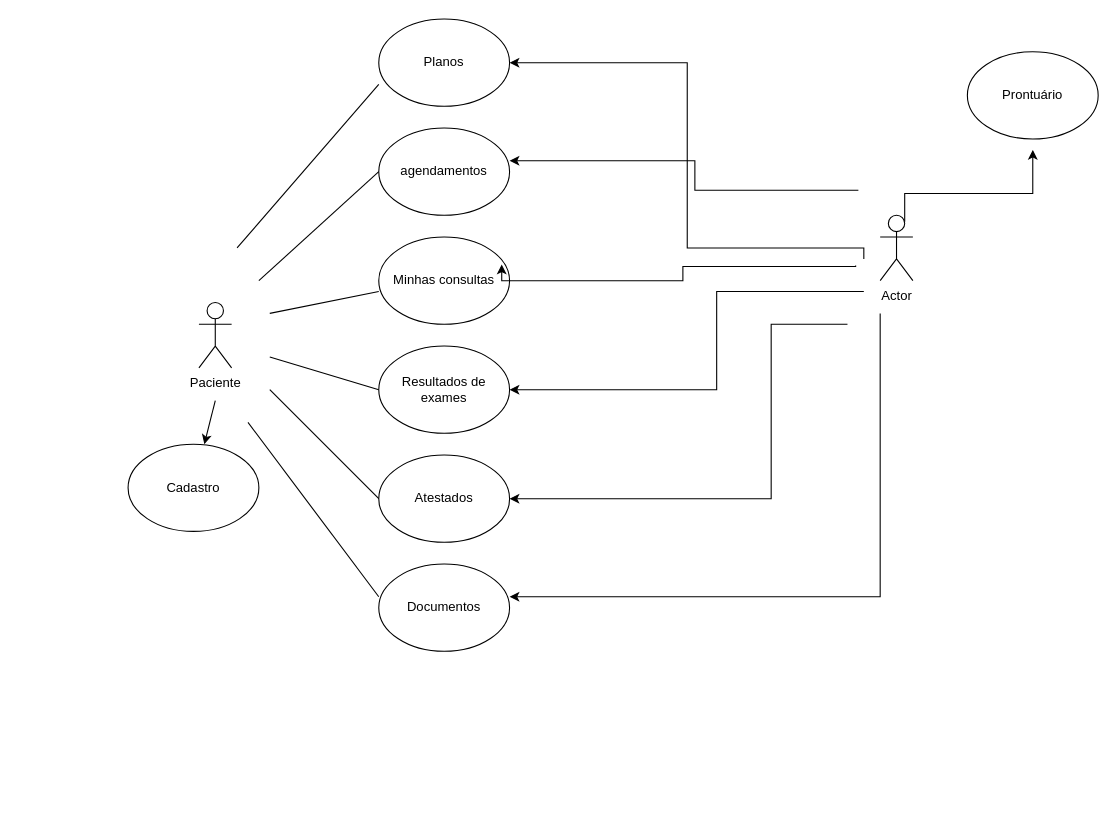
The draw.io diagram page "Página-4" (4 of 4) of Diagrama sem nome.drawio in Anthony-zzz/diagramasderequisitos, before the edit. Source tidied: cells renumbered, new cells numbered last; positions are measured from the earlier drawing's top-left corner, leaving out a move shared by most shapes. Both pictures are drawn from the tidied source at 109%, with x=0, y=0 at pixel (128, 19).
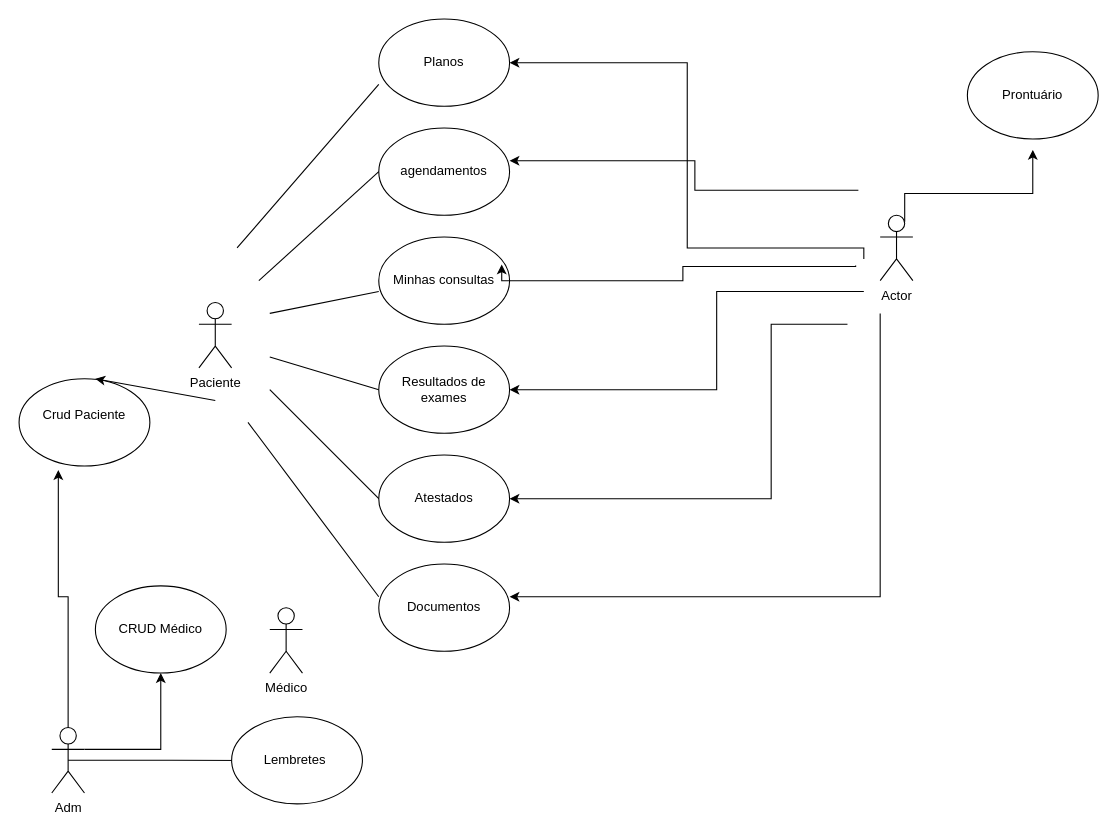
After the change.

Diff of the diagram source:
```diff
@@
-    <mxCell id="2" value="Cadastro" style="ellipse;whiteSpace=wrap;html=1;fillColor=none;" parent="1" vertex="1">
-      <mxGeometry y="390" width="120" height="80" as="geometry" />
+    <mxCell id="2" value="Crud Paciente&lt;div&gt;&lt;br&gt;&lt;/div&gt;" style="ellipse;whiteSpace=wrap;html=1;fillColor=none;" parent="1" vertex="1">
+      <mxGeometry x="-100" y="330" width="120" height="80" as="geometry" />
     </mxCell>
@@
+    <mxCell id="26" value="Médico" style="shape=umlActor;verticalLabelPosition=bottom;verticalAlign=top;html=1;" parent="1" vertex="1">
+      <mxGeometry x="130" y="540" width="30" height="60" as="geometry" />
+    </mxCell>
+    <mxCell id="27" value="CRUD Médico" style="ellipse;whiteSpace=wrap;html=1;" parent="1" vertex="1">
+      <mxGeometry x="-30" y="520" width="120" height="80" as="geometry" />
+    </mxCell>
+    <mxCell id="28" style="edgeStyle=orthogonalEdgeStyle;rounded=0;jettySize=auto;html=1;exitX=1;exitY=0.3333333333333333;exitDx=0;exitDy=0;exitPerimeter=0;entryX=0.5;entryY=1;entryDx=0;entryDy=0;" parent="1" edge="1" source="30" target="27">
+      <mxGeometry relative="1" as="geometry" />
+    </mxCell>
+    <mxCell id="29" style="edgeStyle=orthogonalEdgeStyle;rounded=0;jettySize=auto;html=1;exitX=0.5;exitY=0.5;exitDx=0;exitDy=0;exitPerimeter=0;" parent="1" edge="1" source="30">
+      <mxGeometry relative="1" as="geometry">
+        <mxPoint x="120" y="680.2" as="targetPoint" />
+      </mxGeometry>
+    </mxCell>
+    <mxCell id="30" value="Adm" style="shape=umlActor;verticalLabelPosition=bottom;verticalAlign=top;html=1;outlineConnect=0;" parent="1" vertex="1">
+      <mxGeometry x="-70" y="650" width="30" height="60" as="geometry" />
+    </mxCell>
+    <mxCell id="31" style="edgeStyle=orthogonalEdgeStyle;rounded=0;jettySize=auto;html=1;exitX=0.5;exitY=0;exitDx=0;exitDy=0;exitPerimeter=0;entryX=0.3;entryY=1.047;entryDx=0;entryDy=0;entryPerimeter=0;" parent="1" edge="1" source="30" target="2">
+      <mxGeometry relative="1" as="geometry" />
+    </mxCell>
+    <mxCell id="32" value="Lembretes&amp;nbsp;" style="ellipse;whiteSpace=wrap;html=1;" parent="1" vertex="1">
+      <mxGeometry x="95" y="640" width="120" height="80" as="geometry" />
+    </mxCell>
```
